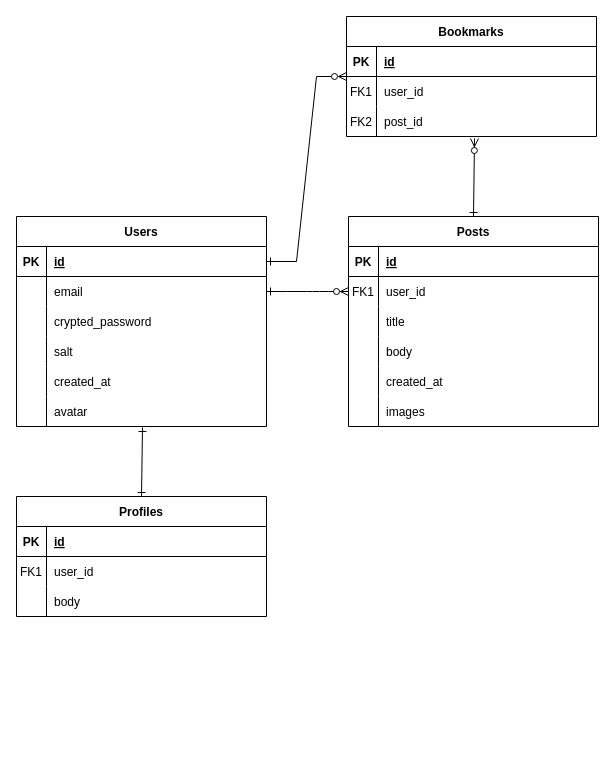
Above: ota_goods_app.drawio in akinokazuki/wota_godds_app (draw.io), before the change. Source tidied: cells renumbered, new cells numbered last; positions are measured from the earlier drawing's top-left corner, leaving out a move shared by most shapes. Both pictures are drawn from the tidied source at 100%, with x=0, y=0 at pixel (16, 16).
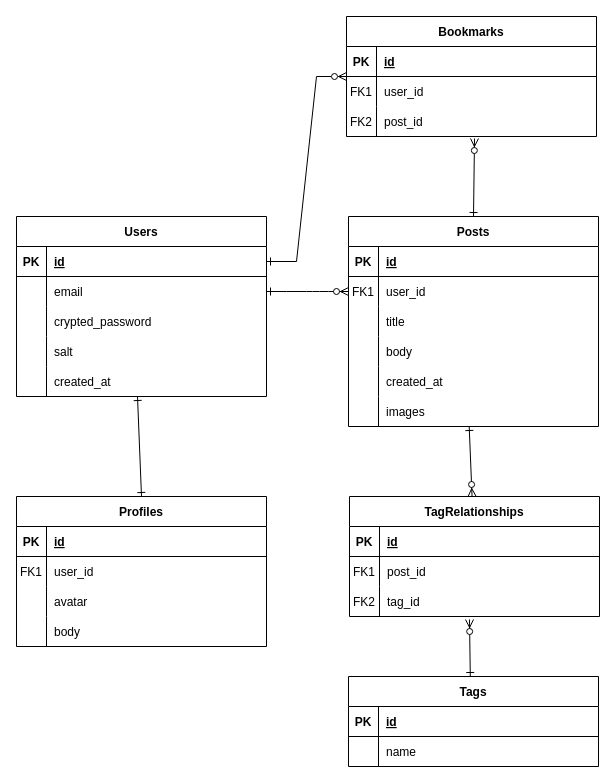
After the change.

Commit message (it also covers changes not shown here):
explain_table

Diff of the diagram source:
```diff
@@
     <mxCell id="22" value="Profiles" style="shape=table;startSize=30;childLayout=tableLayout;rowLines=0;fontStyle=1;align=center;" parent="1" vertex="1">
-      <mxGeometry y="480" width="250" height="120" as="geometry" />
+      <mxGeometry y="480" width="250" height="150" as="geometry" />
     </mxCell>
@@
+    <mxCell id="64" style="shape=partialRectangle;fillColor=none;top=0;left=0;right=0;bottom=0;" parent="22" vertex="1">
+      <mxGeometry y="90" width="250" height="30" as="geometry" />
+    </mxCell>
+    <mxCell id="65" style="shape=partialRectangle;overflow=hidden;fillColor=none;top=0;left=0;bottom=0;right=0;" parent="64" vertex="1">
+      <mxGeometry width="30" height="30" as="geometry" />
+    </mxCell>
+    <mxCell id="50" value="avatar" style="shape=partialRectangle;overflow=hidden;fillColor=none;top=0;left=0;bottom=0;right=0;align=left;spacingLeft=6;" parent="64" vertex="1">
+      <mxGeometry x="30" width="220" height="30" as="geometry" />
+    </mxCell>
     <mxCell id="29" style="shape=partialRectangle;fillColor=none;top=0;left=0;right=0;bottom=0;" parent="22" vertex="1">
-      <mxGeometry y="90" width="250" height="30" as="geometry" />
+      <mxGeometry y="120" width="250" height="30" as="geometry" />
     </mxCell>
@@
     <mxCell id="32" value="Users" style="shape=table;startSize=30;childLayout=tableLayout;rowLines=0;fontStyle=1;align=center;" parent="1" vertex="1">
-      <mxGeometry y="200" width="250" height="210" as="geometry" />
+      <mxGeometry y="200" width="250" height="180" as="geometry" />
     </mxCell>
@@
-    <mxCell id="48" style="shape=partialRectangle;fillColor=none;points=[[0,0.5],[1,0.5]];portConstraint=eastwest;top=0;left=0;right=0;bottom=0;" parent="32" vertex="1">
-      <mxGeometry y="180" width="250" height="30" as="geometry" />
-    </mxCell>
-    <mxCell id="49" style="shape=partialRectangle;overflow=hidden;fillColor=none;top=0;left=0;bottom=0;right=0;" parent="48" vertex="1">
-      <mxGeometry width="30" height="30" as="geometry" />
-    </mxCell>
-    <mxCell id="50" value="avatar" style="shape=partialRectangle;overflow=hidden;fillColor=none;top=0;left=0;bottom=0;right=0;align=left;spacingLeft=6;" parent="48" vertex="1">
-      <mxGeometry x="30" width="220" height="30" as="geometry" />
-    </mxCell>
@@
-    <mxCell id="63" style="fontSize=12;html=1;endArrow=ERone;endFill=0;rounded=0;exitX=0.5;exitY=0;exitDx=0;exitDy=0;entryX=0.504;entryY=1.033;entryDx=0;entryDy=0;entryPerimeter=0;startArrow=ERone;startFill=0;" parent="1" edge="1" source="22" target="48">
-      <mxGeometry relative="1" as="geometry" />
+    <mxCell id="63" style="fontSize=12;html=1;endArrow=ERone;endFill=0;rounded=0;exitX=0.5;exitY=0;exitDx=0;exitDy=0;entryX=0.504;entryY=1.033;entryDx=0;entryDy=0;entryPerimeter=0;startArrow=ERone;startFill=0;" parent="1" edge="1" source="22">
+      <mxGeometry relative="1" as="geometry">
+        <mxPoint x="121" y="380" as="targetPoint" />
+      </mxGeometry>
     </mxCell>
+    <mxCell id="66" value="TagRelationships" style="shape=table;startSize=30;childLayout=tableLayout;rowLines=0;fontStyle=1;align=center;" parent="1" vertex="1">
+      <mxGeometry x="333" y="480" width="250" height="120" as="geometry" />
+    </mxCell>
+    <mxCell id="67" style="shape=partialRectangle;fillColor=none;top=0;left=0;right=0;bottom=1;" parent="66" vertex="1">
+      <mxGeometry y="30" width="250" height="30" as="geometry" />
+    </mxCell>
+    <mxCell id="68" value="PK" style="shape=partialRectangle;overflow=hidden;fillColor=none;top=0;left=0;bottom=0;right=0;fontStyle=1;" parent="67" vertex="1">
+      <mxGeometry width="30" height="30" as="geometry" />
+    </mxCell>
+    <mxCell id="69" value="id" style="shape=partialRectangle;overflow=hidden;fillColor=none;top=0;left=0;bottom=0;right=0;align=left;spacingLeft=6;fontStyle=5;" parent="67" vertex="1">
+      <mxGeometry x="30" width="220" height="30" as="geometry" />
+    </mxCell>
+    <mxCell id="70" style="shape=partialRectangle;fillColor=none;top=0;left=0;right=0;bottom=0;" parent="66" vertex="1">
+      <mxGeometry y="60" width="250" height="30" as="geometry" />
+    </mxCell>
+    <mxCell id="71" value="FK1" style="shape=partialRectangle;overflow=hidden;fillColor=none;top=0;left=0;bottom=0;right=0;" parent="70" vertex="1">
+      <mxGeometry width="30" height="30" as="geometry" />
+    </mxCell>
+    <mxCell id="72" value="post_id" style="shape=partialRectangle;overflow=hidden;fillColor=none;top=0;left=0;bottom=0;right=0;align=left;spacingLeft=6;" parent="70" vertex="1">
+      <mxGeometry x="30" width="220" height="30" as="geometry" />
+    </mxCell>
+    <mxCell id="73" style="shape=partialRectangle;fillColor=none;points=[[0,0.5],[1,0.5]];portConstraint=eastwest;top=0;left=0;right=0;bottom=0;" parent="66" vertex="1">
+      <mxGeometry y="90" width="250" height="30" as="geometry" />
+    </mxCell>
+    <mxCell id="74" value="FK2" style="shape=partialRectangle;overflow=hidden;fillColor=none;top=0;left=0;bottom=0;right=0;" parent="73" vertex="1">
+      <mxGeometry width="30" height="30" as="geometry" />
+    </mxCell>
+    <mxCell id="75" value="tag_id" style="shape=partialRectangle;overflow=hidden;fillColor=none;top=0;left=0;bottom=0;right=0;align=left;spacingLeft=6;" parent="73" vertex="1">
+      <mxGeometry x="30" width="220" height="30" as="geometry" />
+    </mxCell>
+    <mxCell id="76" value="Tags" style="shape=table;startSize=30;childLayout=tableLayout;rowLines=0;fontStyle=1;align=center;" parent="1" vertex="1">
+      <mxGeometry x="332" y="660" width="250" height="90" as="geometry" />
+    </mxCell>
+    <mxCell id="77" style="shape=partialRectangle;fillColor=none;top=0;left=0;right=0;bottom=1;" parent="76" vertex="1">
+      <mxGeometry y="30" width="250" height="30" as="geometry" />
+    </mxCell>
+    <mxCell id="78" value="PK" style="shape=partialRectangle;overflow=hidden;fillColor=none;top=0;left=0;bottom=0;right=0;fontStyle=1;" parent="77" vertex="1">
+      <mxGeometry width="30" height="30" as="geometry" />
+    </mxCell>
+    <mxCell id="79" value="id" style="shape=partialRectangle;overflow=hidden;fillColor=none;top=0;left=0;bottom=0;right=0;align=left;spacingLeft=6;fontStyle=5;" parent="77" vertex="1">
+      <mxGeometry x="30" width="220" height="30" as="geometry" />
+    </mxCell>
+    <mxCell id="80" style="shape=partialRectangle;fillColor=none;top=0;left=0;right=0;bottom=0;" parent="76" vertex="1">
+      <mxGeometry y="60" width="250" height="30" as="geometry" />
+    </mxCell>
+    <mxCell id="81" style="shape=partialRectangle;overflow=hidden;fillColor=none;top=0;left=0;bottom=0;right=0;" parent="80" vertex="1">
+      <mxGeometry width="30" height="30" as="geometry" />
+    </mxCell>
+    <mxCell id="82" value="name" style="shape=partialRectangle;overflow=hidden;fillColor=none;top=0;left=0;bottom=0;right=0;align=left;spacingLeft=6;" parent="80" vertex="1">
+      <mxGeometry x="30" width="220" height="30" as="geometry" />
+    </mxCell>
+    <mxCell id="83" style="endArrow=ERzeroToMany;startArrow=ERone;endFill=1;startFill=0;exitX=0.5;exitY=0;exitDx=0;exitDy=0;" parent="1" edge="1" target="66">
+      <mxGeometry relative="1" as="geometry">
+        <mxPoint x="452.7" y="410" as="sourcePoint" />
+      </mxGeometry>
+    </mxCell>
+    <mxCell id="84" style="endArrow=ERzeroToMany;startArrow=ERone;endFill=1;startFill=0;exitX=0.5;exitY=0;exitDx=0;exitDy=0;entryX=0.48;entryY=1.1;entryDx=0;entryDy=0;entryPerimeter=0;" parent="1" edge="1" target="73">
+      <mxGeometry relative="1" as="geometry">
+        <mxPoint x="453.8" y="660" as="sourcePoint" />
+      </mxGeometry>
+    </mxCell>
```
